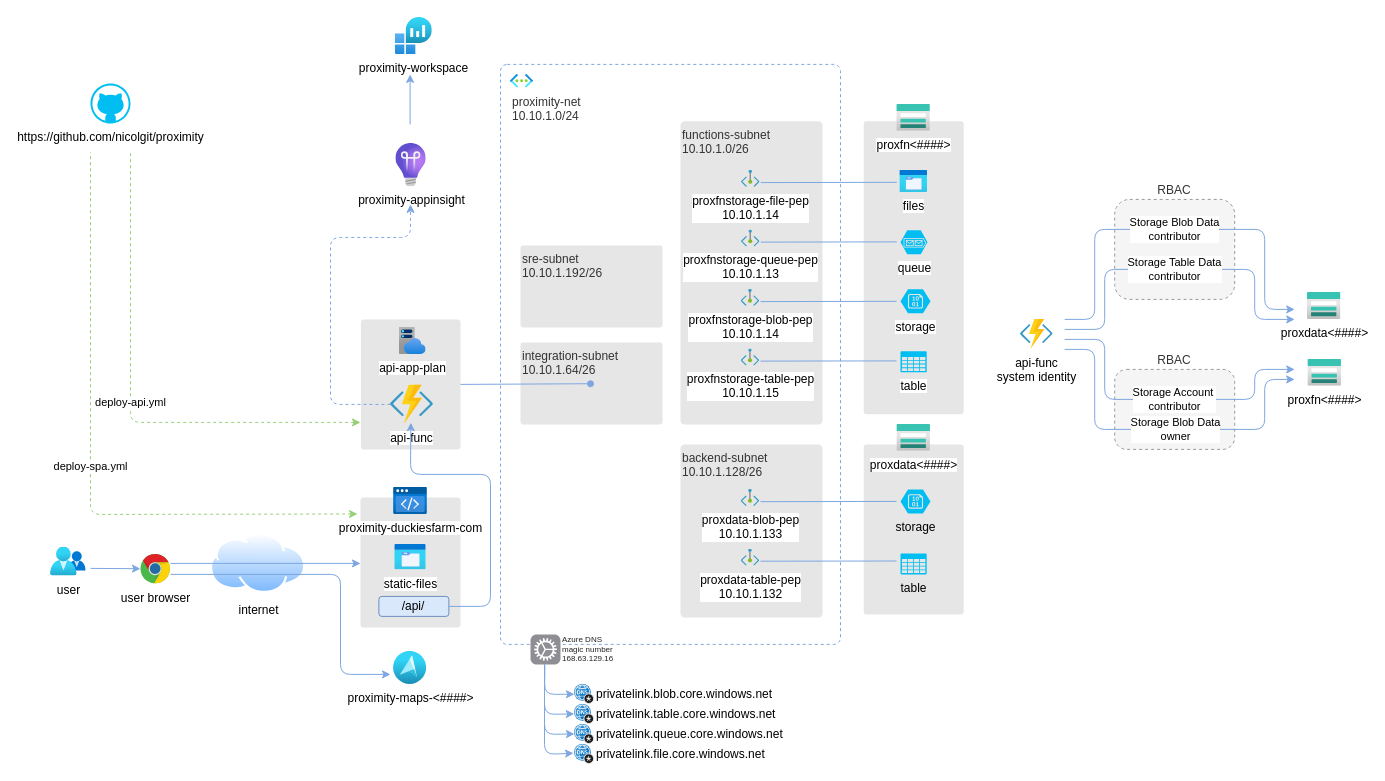
Earlier version of the draw.io diagram deployment/proximity-architecture.drawio (nicolgit/proximity). Source tidied: cells renumbered, new cells numbered last; positions are measured from the earlier drawing's top-left corner, leaving out a move shared by most shapes. Both pictures are drawn from the tidied source at 100%, with x=0, y=0 at pixel (50, 17).
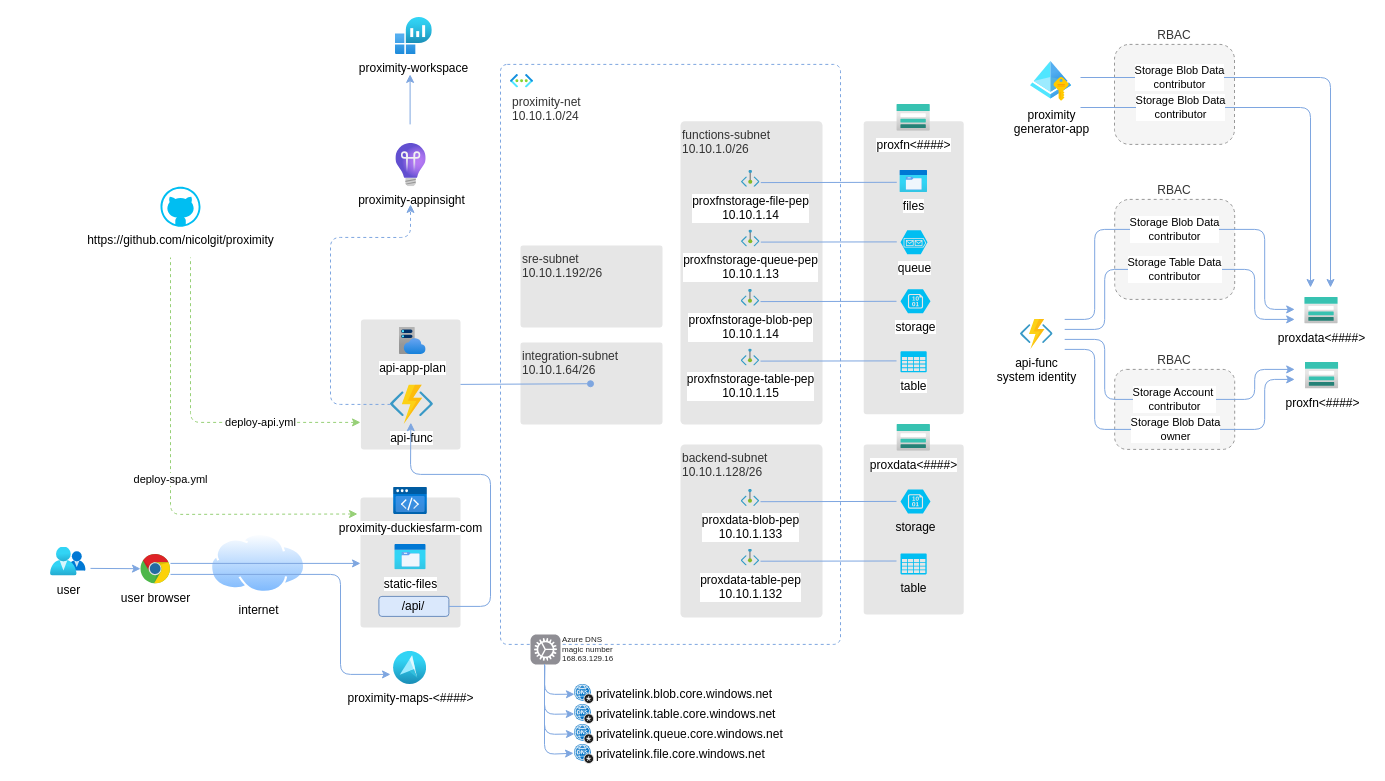
The same diagram, later.

Commit message (it also covers changes not shown here):
set DNS and configs x generator

Change to the diagram source:
```diff
@@
     <mxCell id="28" value="&lt;div&gt;&lt;span style=&quot;background-color: transparent; color: light-dark(rgb(0, 0, 0), rgb(255, 255, 255));&quot;&gt;https://github.com/nicolgit/proximity&lt;/span&gt;&lt;/div&gt;" style="verticalLabelPosition=bottom;html=1;verticalAlign=top;align=center;strokeColor=none;fillColor=#00BEF2;shape=mxgraph.azure.github_code;labelPosition=center;" parent="1" vertex="1">
-      <mxGeometry x="40" y="65.9" width="40" height="40" as="geometry" />
+      <mxGeometry x="110" y="169.3" width="40" height="40" as="geometry" />
     </mxCell>
@@
     <mxCell id="57" value="proxdata&amp;lt;####&amp;gt;" style="image;html=1;align=center;fontSize=12;image=img/lib/azure2/storage/Storage_Accounts.svg;" parent="1" vertex="1">
-      <mxGeometry x="1256.9" y="275" width="33.6" height="26.9" as="geometry" />
+      <mxGeometry x="1254.2" y="279.7" width="33.6" height="26.9" as="geometry" />
     </mxCell>
@@
     <mxCell id="61" value="proxfn&amp;lt;####&amp;gt;" style="image;html=1;align=center;fontSize=12;image=img/lib/azure2/storage/Storage_Accounts.svg;" parent="1" vertex="1">
-      <mxGeometry x="1257.4" y="341.9" width="33.6" height="26.9" as="geometry" />
+      <mxGeometry x="1254.7" y="344.7" width="33.6" height="26.9" as="geometry" />
     </mxCell>
@@
     <mxCell id="64" value="deploy-api.yml" style="endArrow=none;html=1;rounded=1;curved=0;strokeColor=#97D077;endFill=0;startArrow=classic;startFill=1;dashed=1;" parent="1" edge="1">
-      <mxGeometry relative="1" as="geometry">
+      <mxGeometry x="-0.4" relative="1" as="geometry">
         <mxPoint x="310" y="404.9" as="sourcePoint" />
-        <mxPoint x="80" y="134.9" as="targetPoint" />
+        <mxPoint x="140" y="240" as="targetPoint" />
         <Array as="points">
-          <mxPoint x="80" y="404.9" />
+          <mxPoint x="140" y="404.9" />
         </Array>
       </mxGeometry>
     </mxCell>
     <mxCell id="65" value="deploy-spa.yml" style="endArrow=none;html=1;rounded=1;curved=0;strokeColor=#97D077;exitX=-0.03;exitY=0.143;exitDx=0;exitDy=0;endFill=0;exitPerimeter=0;startArrow=classic;startFill=1;dashed=1;" parent="1" edge="1">
       <mxGeometry relative="1" as="geometry">
         <mxPoint x="307" y="496.5" as="sourcePoint" />
-        <mxPoint x="40" y="134.9" as="targetPoint" />
+        <mxPoint x="120" y="240" as="targetPoint" />
         <Array as="points">
-          <mxPoint x="40" y="496.9" />
+          <mxPoint x="120" y="496.9" />
         </Array>
       </mxGeometry>
     </mxCell>
@@
+    <mxCell id="71" value="proximity&lt;br&gt;generator-app" style="image;html=1;align=center;fontSize=12;image=img/lib/azure2/identity/Managed_Identities.svg;" parent="1" vertex="1">
+      <mxGeometry x="980" y="43.8" width="41.2" height="40" as="geometry" />
+    </mxCell>
+    <mxCell id="72" value="RBAC" style="rounded=1;whiteSpace=wrap;html=1;labelPosition=center;verticalLabelPosition=top;align=center;verticalAlign=bottom;fillColor=#f5f5f5;fontColor=#333333;strokeColor=#999999;dashed=1;" parent="1" vertex="1">
+      <mxGeometry x="1064" y="26.9" width="120" height="100" as="geometry" />
+    </mxCell>
+    <mxCell id="73" value="Storage Blob Data&lt;div&gt;contributor&lt;/div&gt;" style="endArrow=none;html=1;rounded=1;curved=0;strokeColor=#7EA6E0;endFill=0;startArrow=classic;startFill=1;" parent="1" edge="1">
+      <mxGeometry x="0.57" relative="1" as="geometry">
+        <mxPoint x="1280" y="270" as="sourcePoint" />
+        <mxPoint x="1030" y="60" as="targetPoint" />
+        <Array as="points">
+          <mxPoint x="1280" y="60" />
+        </Array>
+      </mxGeometry>
+    </mxCell>
+    <mxCell id="74" value="Storage Blob Data&lt;div&gt;contributor&lt;/div&gt;" style="endArrow=none;html=1;rounded=1;curved=0;strokeColor=#7EA6E0;endFill=0;startArrow=classic;startFill=1;" parent="1" edge="1">
+      <mxGeometry x="0.51" relative="1" as="geometry">
+        <mxPoint x="1260" y="270" as="sourcePoint" />
+        <mxPoint x="1030" y="90" as="targetPoint" />
+        <Array as="points">
+          <mxPoint x="1260" y="90" />
+        </Array>
+      </mxGeometry>
+    </mxCell>
```
